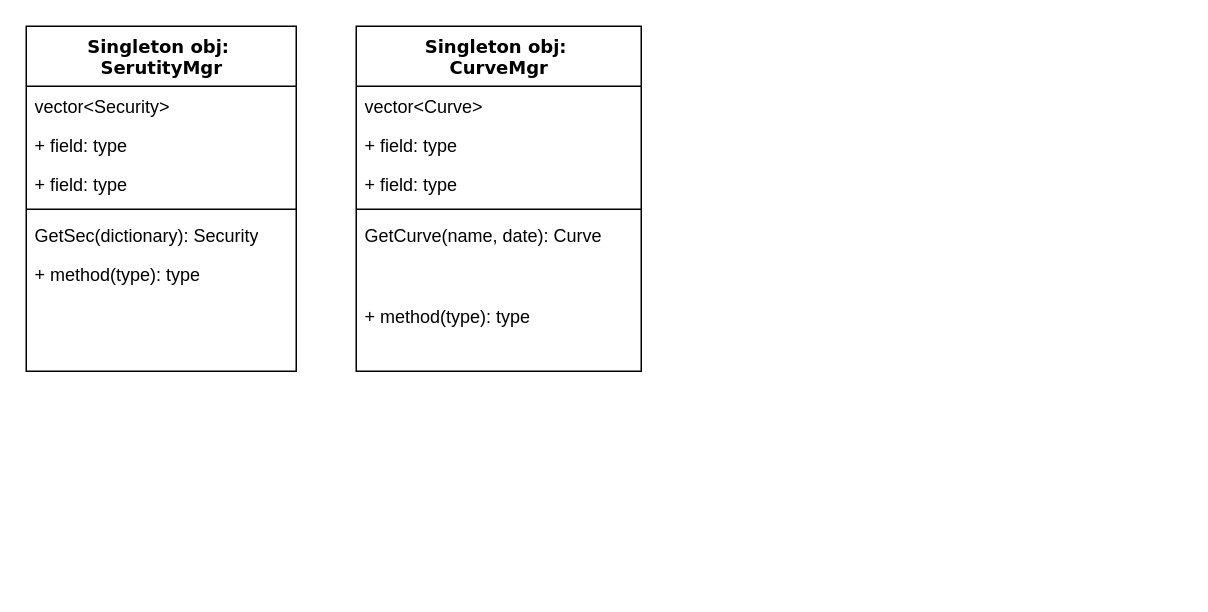
Above: page "Valuation" (3 of 3) of components.drawio in ymw321/ExcelApps (draw.io), before the change. Source tidied: cells renumbered, new cells numbered last; positions are measured from the earlier drawing's top-left corner, leaving out a move shared by most shapes. Both pictures are drawn from the tidied source at 150%, with x=0, y=0 at pixel (26, 26).
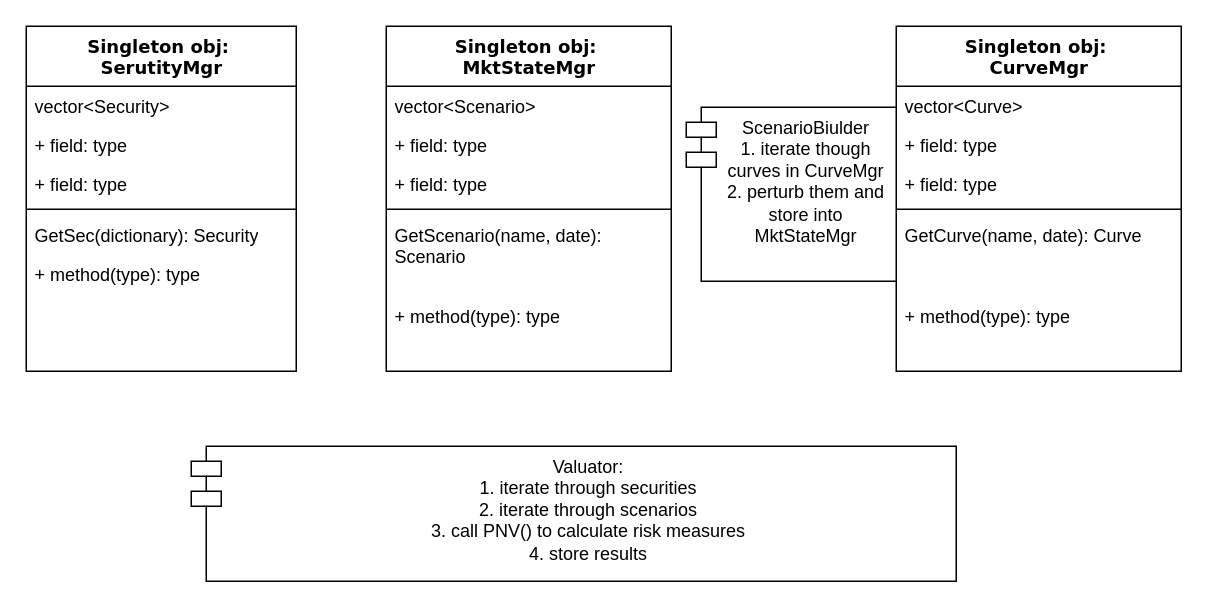
The same diagram, later.

Change to the diagram source:
```diff
@@
     <mxCell id="9" value="Singleton obj:&amp;nbsp;&lt;div&gt;CurveMgr&lt;/div&gt;" style="swimlane;html=1;fontStyle=1;align=center;verticalAlign=top;horizontal=1;startSize=40;swimlaneFillColor=#ffffff;rounded=0;shadow=0;comic=0;labelBackgroundColor=none;strokeWidth=1;fillColor=none;fontFamily=Verdana;fontSize=12;" parent="1" vertex="1">
-      <mxGeometry x="220" width="190" height="230" as="geometry" />
+      <mxGeometry x="580" width="190" height="230" as="geometry" />
     </mxCell>
@@
+    <mxCell id="16" value="Singleton obj:&amp;nbsp;&lt;div&gt;MktStateMgr&lt;/div&gt;" style="swimlane;html=1;fontStyle=1;align=center;verticalAlign=top;horizontal=1;startSize=40;swimlaneFillColor=#ffffff;rounded=0;shadow=0;comic=0;labelBackgroundColor=none;strokeWidth=1;fillColor=none;fontFamily=Verdana;fontSize=12;" parent="1" vertex="1">
+      <mxGeometry x="240" width="190" height="230" as="geometry" />
+    </mxCell>
+    <mxCell id="17" value="vector&amp;lt;Scenario&amp;gt;" style="text;html=1;strokeColor=none;fillColor=none;align=left;verticalAlign=top;spacingLeft=4;spacingRight=4;whiteSpace=wrap;overflow=hidden;" parent="16" vertex="1">
+      <mxGeometry y="40" width="190" height="26" as="geometry" />
+    </mxCell>
+    <mxCell id="18" value="+ field: type" style="text;html=1;strokeColor=none;fillColor=none;align=left;verticalAlign=top;spacingLeft=4;spacingRight=4;whiteSpace=wrap;overflow=hidden;" parent="16" vertex="1">
+      <mxGeometry y="66" width="190" height="26" as="geometry" />
+    </mxCell>
+    <mxCell id="19" value="+ field: type" style="text;html=1;strokeColor=none;fillColor=none;align=left;verticalAlign=top;spacingLeft=4;spacingRight=4;whiteSpace=wrap;overflow=hidden;" parent="16" vertex="1">
+      <mxGeometry y="92" width="190" height="26" as="geometry" />
+    </mxCell>
+    <mxCell id="20" style="line;html=1;strokeWidth=1;fillColor=none;align=left;verticalAlign=middle;spacingTop=-1;spacingLeft=3;spacingRight=3;labelPosition=right;" parent="16" vertex="1">
+      <mxGeometry y="118" width="190" height="8" as="geometry" />
+    </mxCell>
+    <mxCell id="21" value="GetScenario(name, date): Scenario" style="text;html=1;strokeColor=none;fillColor=none;align=left;verticalAlign=top;spacingLeft=4;spacingRight=4;whiteSpace=wrap;overflow=hidden;" parent="16" vertex="1">
+      <mxGeometry y="126" width="190" height="54" as="geometry" />
+    </mxCell>
+    <mxCell id="22" value="+ method(type): type" style="text;html=1;strokeColor=none;fillColor=none;align=left;verticalAlign=top;spacingLeft=4;spacingRight=4;whiteSpace=wrap;overflow=hidden;" parent="16" vertex="1">
+      <mxGeometry y="180" width="190" height="30" as="geometry" />
+    </mxCell>
+    <mxCell id="23" value="Valuator:&lt;div&gt;1. iterate through securities&lt;/div&gt;&lt;div&gt;2. iterate through scenarios&lt;/div&gt;&lt;div&gt;3. call PNV() to calculate risk measures&lt;/div&gt;&lt;div&gt;4. store results&lt;/div&gt;&lt;div&gt;&lt;br&gt;&lt;/div&gt;" style="shape=module;align=left;spacingLeft=20;align=center;verticalAlign=top;whiteSpace=wrap;html=1;" parent="1" vertex="1">
+      <mxGeometry x="110" y="280" width="510" height="90" as="geometry" />
+    </mxCell>
+    <mxCell id="24" value="ScenarioBiulder&lt;div&gt;1. iterate though curves in CurveMgr&lt;/div&gt;&lt;div&gt;2. perturb them and store into MktStateMgr&lt;/div&gt;" style="shape=module;align=left;spacingLeft=20;align=center;verticalAlign=top;whiteSpace=wrap;html=1;" parent="1" vertex="1">
+      <mxGeometry x="440" y="54" width="140" height="116" as="geometry" />
+    </mxCell>
```
